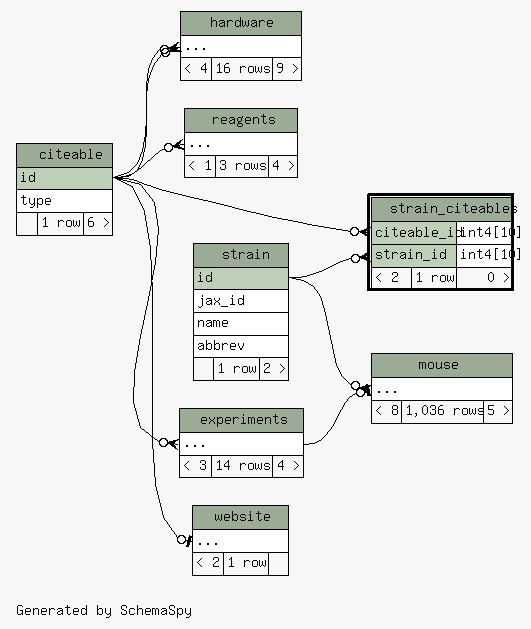
Earlier version of the Graphviz export database/ss/diagrams/strain_citeables.2degrees.png (tgbugs/mlab). Its source is kept beside it as database/ss/diagrams/strain_citeables.2degrees.dot.
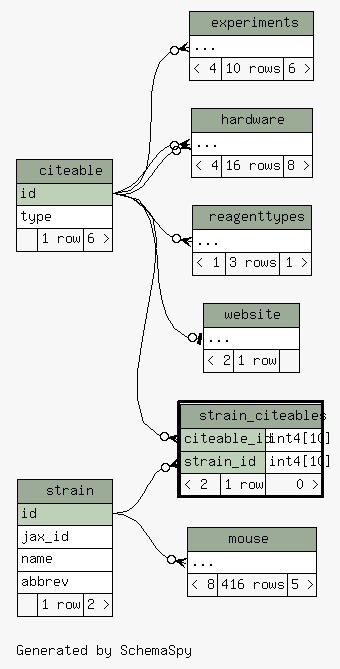
The same file after the commit.

The edit, as a diff of the source:
```diff
@@ -20,9 +20,8 @@
   "experiments":"elipses":w -> "citeable":"id":e [arrowhead=none dir=back arrowtail=crowodot];
   "hardware":"elipses":w -> "citeable":"id":e [arrowhead=none dir=back arrowtail=crowodot];
   "hardware":"elipses":w -> "citeable":"id":e [arrowhead=none dir=back arrowtail=crowodot];
-  "mouse":"elipses":w -> "experiments":"elipses":e [arrowhead=none dir=back arrowtail=teeodot];
   "mouse":"elipses":w -> "strain":"id":e [arrowhead=none dir=back arrowtail=crowodot];
-  "reagents":"elipses":w -> "citeable":"id":e [arrowhead=none dir=back arrowtail=crowodot];
+  "reagenttypes":"elipses":w -> "citeable":"id":e [arrowhead=none dir=back arrowtail=crowodot];
   "strain_citeables":"citeable_id":w -> "citeable":"id":e [arrowhead=none dir=back arrowtail=crowodot];
   "strain_citeables":"strain_id":w -> "strain":"id":e [arrowhead=none dir=back arrowtail=crowodot];
   "website":"elipses":w -> "citeable":"id":e [arrowhead=none dir=back arrowtail=teeodot];
@@ -42,7 +41,7 @@
     <TABLE BORDER="0" CELLBORDER="1" CELLSPACING="0" BGCOLOR="#ffffff">
       <TR><TD COLSPAN="3" BGCOLOR="#9bab96" ALIGN="CENTER">experiments</TD></TR>
       <TR><TD PORT="elipses" COLSPAN="3" ALIGN="LEFT">...</TD></TR>
-      <TR><TD ALIGN="LEFT" BGCOLOR="#f7f7f7">&lt; 3</TD><TD ALIGN="RIGHT" BGCOLOR="#f7f7f7">14 rows</TD><TD ALIGN="RIGHT" BGCOLOR="#f7f7f7">4 &gt;</TD></TR>
+      <TR><TD ALIGN="LEFT" BGCOLOR="#f7f7f7">&lt; 4</TD><TD ALIGN="RIGHT" BGCOLOR="#f7f7f7">10 rows</TD><TD ALIGN="RIGHT" BGCOLOR="#f7f7f7">6 &gt;</TD></TR>
     </TABLE>>
     URL="experiments.html"
     tooltip="experiments"
@@ -52,7 +51,7 @@
     <TABLE BORDER="0" CELLBORDER="1" CELLSPACING="0" BGCOLOR="#ffffff">
       <TR><TD COLSPAN="3" BGCOLOR="#9bab96" ALIGN="CENTER">hardware</TD></TR>
       <TR><TD PORT="elipses" COLSPAN="3" ALIGN="LEFT">...</TD></TR>
-      <TR><TD ALIGN="LEFT" BGCOLOR="#f7f7f7">&lt; 4</TD><TD ALIGN="RIGHT" BGCOLOR="#f7f7f7">16 rows</TD><TD ALIGN="RIGHT" BGCOLOR="#f7f7f7">9 &gt;</TD></TR>
+      <TR><TD ALIGN="LEFT" BGCOLOR="#f7f7f7">&lt; 4</TD><TD ALIGN="RIGHT" BGCOLOR="#f7f7f7">16 rows</TD><TD ALIGN="RIGHT" BGCOLOR="#f7f7f7">8 &gt;</TD></TR>
     </TABLE>>
     URL="hardware.html"
     tooltip="hardware"
@@ -62,20 +61,20 @@
     <TABLE BORDER="0" CELLBORDER="1" CELLSPACING="0" BGCOLOR="#ffffff">
       <TR><TD COLSPAN="3" BGCOLOR="#9bab96" ALIGN="CENTER">mouse</TD></TR>
       <TR><TD PORT="elipses" COLSPAN="3" ALIGN="LEFT">...</TD></TR>
-      <TR><TD ALIGN="LEFT" BGCOLOR="#f7f7f7">&lt; 8</TD><TD ALIGN="RIGHT" BGCOLOR="#f7f7f7">1,036 rows</TD><TD ALIGN="RIGHT" BGCOLOR="#f7f7f7">5 &gt;</TD></TR>
+      <TR><TD ALIGN="LEFT" BGCOLOR="#f7f7f7">&lt; 8</TD><TD ALIGN="RIGHT" BGCOLOR="#f7f7f7">416 rows</TD><TD ALIGN="RIGHT" BGCOLOR="#f7f7f7">5 &gt;</TD></TR>
     </TABLE>>
     URL="mouse.html"
     tooltip="mouse"
   ];
-  "reagents" [
+  "reagenttypes" [
     label=<
     <TABLE BORDER="0" CELLBORDER="1" CELLSPACING="0" BGCOLOR="#ffffff">
-      <TR><TD COLSPAN="3" BGCOLOR="#9bab96" ALIGN="CENTER">reagents</TD></TR>
+      <TR><TD COLSPAN="3" BGCOLOR="#9bab96" ALIGN="CENTER">reagenttypes</TD></TR>
       <TR><TD PORT="elipses" COLSPAN="3" ALIGN="LEFT">...</TD></TR>
-      <TR><TD ALIGN="LEFT" BGCOLOR="#f7f7f7">&lt; 1</TD><TD ALIGN="RIGHT" BGCOLOR="#f7f7f7">3 rows</TD><TD ALIGN="RIGHT" BGCOLOR="#f7f7f7">4 &gt;</TD></TR>
+      <TR><TD ALIGN="LEFT" BGCOLOR="#f7f7f7">&lt; 1</TD><TD ALIGN="RIGHT" BGCOLOR="#f7f7f7">3 rows</TD><TD ALIGN="RIGHT" BGCOLOR="#f7f7f7">1 &gt;</TD></TR>
     </TABLE>>
-    URL="reagents.html"
-    tooltip="reagents"
+    URL="reagenttypes.html"
+    tooltip="reagenttypes"
   ];
   "strain" [
     label=<
```
